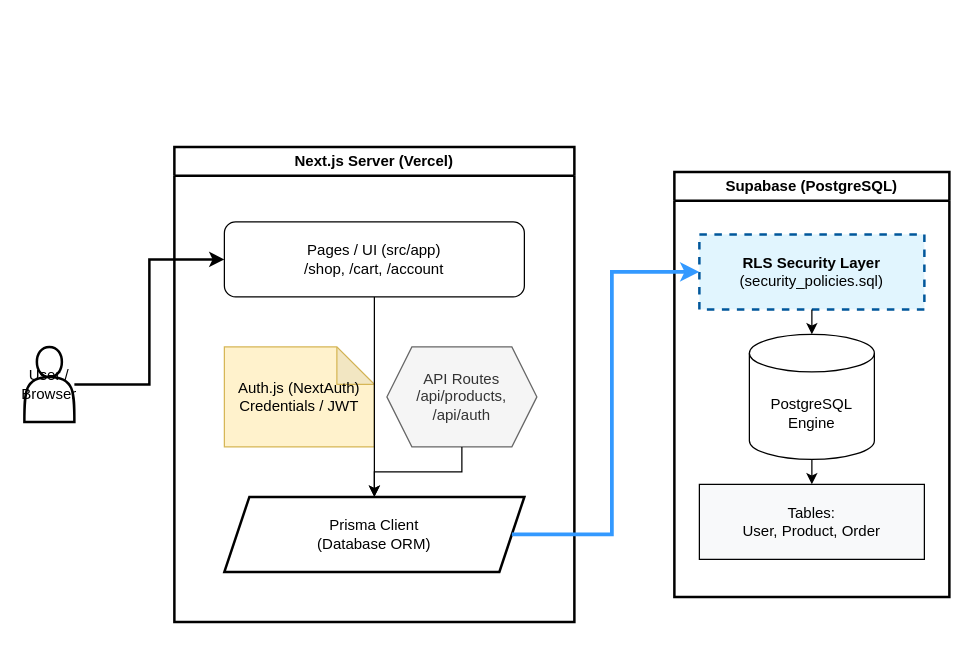
Devsebastian44/Modern-Esthete keeps this draw.io diagram as architecture.drawio. Above is the earlier version. Source tidied: cells renumbered, new cells numbered last; positions are measured from the earlier drawing's top-left corner, leaving out a move shared by most shapes. Both pictures are drawn from the tidied source at 125%, with x=0, y=0 at pixel (24, 146).
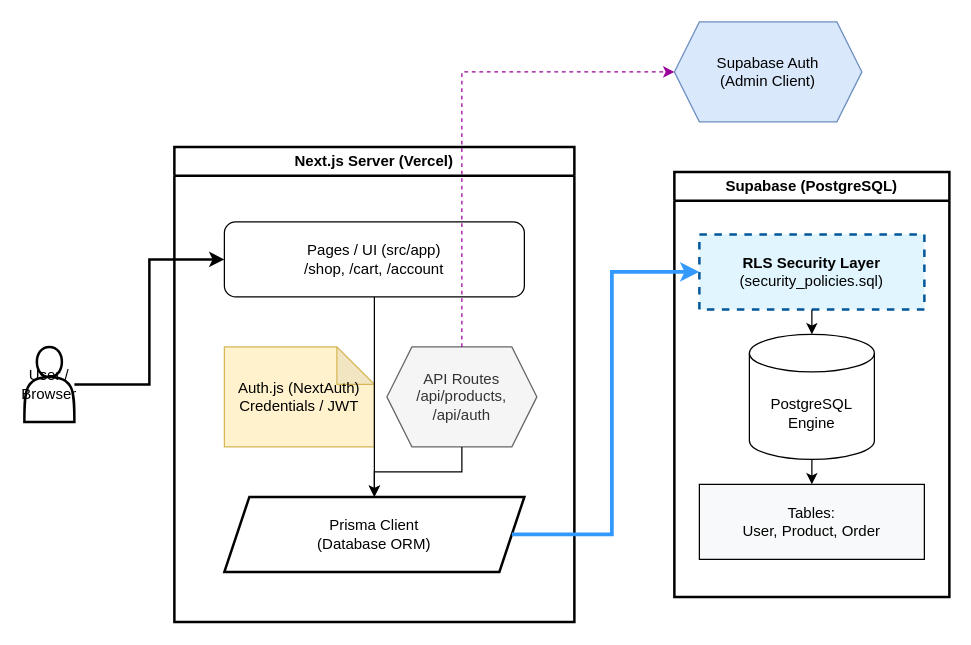
The same page after the edit.

Diff of the diagram source:
```diff
@@
 <mxGraphModel>
   <root>
     <mxCell id="0" />
     <mxCell id="1" parent="0" />
     <mxCell id="2" value="User / Browser" style="shape=actor;whiteSpace=wrap;html=1;fillColor=#ffffff;strokeColor=#000000;strokeWidth=2;" parent="1" vertex="1">
       <mxGeometry y="160" width="40" height="60" as="geometry" />
     </mxCell>
     <mxCell id="3" value="Next.js Server (Vercel)" style="swimlane;whiteSpace=wrap;html=1;startSize=23;fillColor=none;strokeColor=#000000;strokeWidth=2;dashed=0;" parent="1" vertex="1">
       <mxGeometry x="120" width="320" height="380" as="geometry" />
     </mxCell>
     <mxCell id="4" value="Pages / UI (src/app)&#10;/shop, /cart, /account" style="rounded=1;whiteSpace=wrap;html=1;fillColor=#ffffff;strokeColor=#000000;strokeWidth=1;" parent="3" vertex="1">
       <mxGeometry x="40" y="60" width="240" height="60" as="geometry" />
     </mxCell>
     <mxCell id="5" value="Auth.js (NextAuth)&#10;Credentials / JWT" style="shape=note;whiteSpace=wrap;html=1;backgroundOutline=1;darkOpacity=0.05;fillColor=#fff2cc;strokeColor=#d6b656;strokeWidth=1;" parent="3" vertex="1">
       <mxGeometry x="40" y="160" width="120" height="80" as="geometry" />
     </mxCell>
     <mxCell id="6" value="API Routes&#10;/api/products, /api/auth" style="shape=hexagon;perimeter=hexagonPerimeter2;whiteSpace=wrap;html=1;fixedSize=1;fillColor=#f5f5f5;fontColor=#333333;strokeColor=#666666;" parent="3" vertex="1">
       <mxGeometry x="170" y="160" width="120" height="80" as="geometry" />
     </mxCell>
     <mxCell id="7" value="Prisma Client&#10;(Database ORM)" style="shape=parallelogram;perimeter=parallelogramPerimeter;whiteSpace=wrap;html=1;fixedSize=1;fillColor=#ffffff;strokeColor=#000000;strokeWidth=2;" parent="3" vertex="1">
       <mxGeometry x="40" y="280" width="240" height="60" as="geometry" />
     </mxCell>
     <mxCell id="8" value="Supabase (PostgreSQL)" style="swimlane;whiteSpace=wrap;html=1;startSize=23;fillColor=none;strokeColor=#000000;strokeWidth=2;" parent="1" vertex="1">
       <mxGeometry x="520" y="20" width="220" height="340" as="geometry" />
     </mxCell>
     <mxCell id="9" value="&lt;b&gt;RLS Security Layer&lt;/b&gt;&#10;(security_policies.sql)" style="rounded=0;whiteSpace=wrap;html=1;fillColor=#e1f5fe;strokeColor=#01579b;strokeWidth=2;dashed=1;" parent="8" vertex="1">
       <mxGeometry x="20" y="50" width="180" height="60" as="geometry" />
     </mxCell>
     <mxCell id="10" value="PostgreSQL Engine" style="shape=cylinder3;whiteSpace=wrap;html=1;boundedLbl=1;backgroundOutline=1;size=15;fillColor=#ffffff;strokeColor=#000000;" parent="8" vertex="1">
       <mxGeometry x="60" y="130" width="100" height="100" as="geometry" />
     </mxCell>
     <mxCell id="11" value="Tables:&#10;User, Product, Order" style="rounded=0;whiteSpace=wrap;html=1;fillColor=#f8f9fa;strokeColor=#000000;" parent="8" vertex="1">
       <mxGeometry x="20" y="250" width="180" height="60" as="geometry" />
     </mxCell>
+    <mxCell id="18" value="Supabase Auth&#10;(Admin Client)" style="shape=hexagon;perimeter=hexagonPerimeter2;whiteSpace=wrap;html=1;fixedSize=1;fillColor=#dae8fc;strokeColor=#6c8ebf;" parent="1" vertex="1">
+      <mxGeometry x="520" y="-100" width="150" height="80" as="geometry" />
+    </mxCell>
+    <mxCell id="19" style="edgeStyle=orthogonalEdgeStyle;rounded=0;jettySize=auto;html=1;exitX=0.5;exitY=0;exitDx=0;exitDy=0;entryX=0;entryY=0.5;entryDx=0;entryDy=0;strokeWidth=1;strokeColor=#990099;dashed=1;" parent="1" edge="1" source="6" target="18">
+      <mxGeometry relative="1" as="geometry" />
+    </mxCell>
     <mxCell id="12" style="edgeStyle=orthogonalEdgeStyle;rounded=0;jettySize=auto;html=1;entryX=0;entryY=0.5;entryDx=0;entryDy=0;strokeWidth=2;" parent="1" edge="1" source="2" target="4">
       <mxGeometry relative="1" as="geometry" />
     </mxCell>
     <mxCell id="13" style="edgeStyle=orthogonalEdgeStyle;rounded=0;jettySize=auto;html=1;exitX=0.5;exitY=1;exitDx=0;exitDy=0;entryX=0.5;entryY=0;entryDx=0;entryDy=0;strokeWidth=1;" parent="1" edge="1" source="4" target="7">
       <mxGeometry relative="1" as="geometry" />
     </mxCell>
     <mxCell id="14" style="edgeStyle=orthogonalEdgeStyle;rounded=0;jettySize=auto;html=1;exitX=0.5;exitY=1;exitDx=0;exitDy=0;entryX=0.5;entryY=0;entryDx=0;entryDy=0;strokeWidth=1;" parent="3" edge="1" source="6" target="7">
       <mxGeometry relative="1" as="geometry" />
     </mxCell>
     <mxCell id="15" style="edgeStyle=orthogonalEdgeStyle;rounded=0;jettySize=auto;html=1;exitX=1;exitY=0.5;exitDx=0;exitDy=0;entryX=0;entryY=0.5;entryDx=0;entryDy=0;strokeWidth=3;strokeColor=#3399FF;" parent="1" edge="1" source="7" target="9">
       <mxGeometry relative="1" as="geometry" />
     </mxCell>
     <mxCell id="16" style="edgeStyle=orthogonalEdgeStyle;rounded=0;jettySize=auto;html=1;strokeWidth=1;exitX=0.5;exitY=1;exitDx=0;exitDy=0;entryX=0.5;entryY=0;entryDx=0;entryDy=0;" parent="8" edge="1" source="9" target="10">
       <mxGeometry relative="1" as="geometry" />
     </mxCell>
     <mxCell id="17" style="edgeStyle=orthogonalEdgeStyle;rounded=0;jettySize=auto;html=1;exitX=0.5;exitY=1;exitDx=0;exitDy=0;exitDy=0;entryX=0.5;entryY=0;entryDx=0;entryDy=0;" parent="8" edge="1" source="10" target="11">
       <mxGeometry relative="1" as="geometry" />
     </mxCell>
   </root>
 </mxGraphModel>
```
